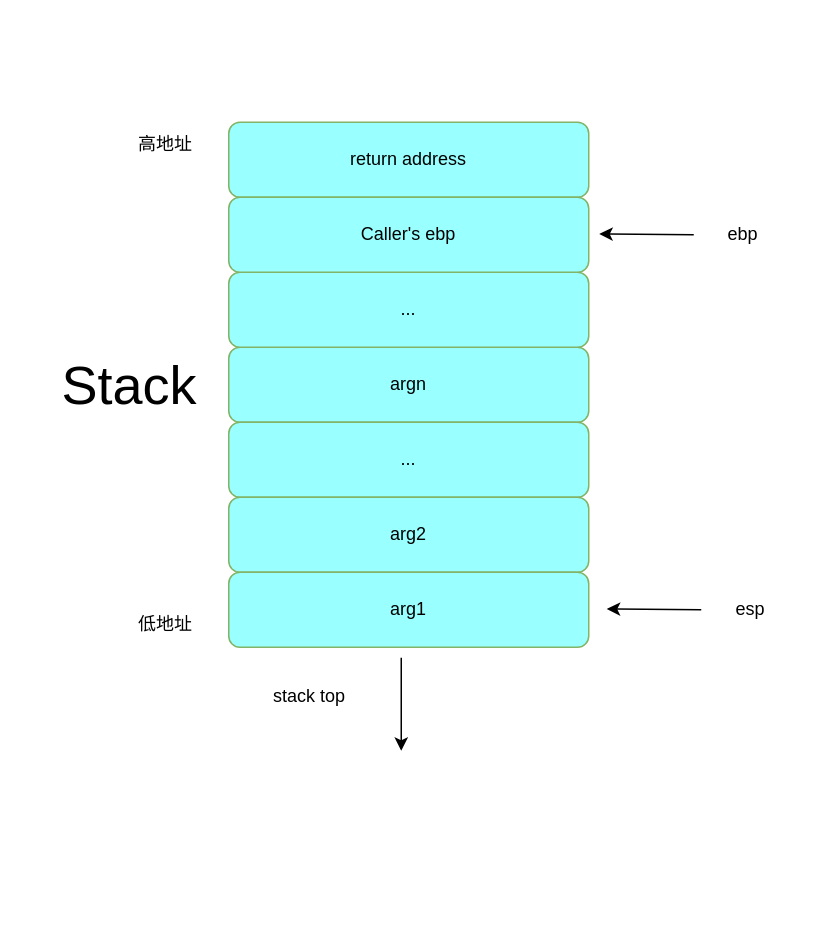
Before: 栈帧结构.drawio in harmor123/pwn-Stack, a draw.io diagram. Source tidied: cells renumbered, new cells numbered last; positions are measured from the earlier drawing's top-left corner, leaving out a move shared by most shapes. Both pictures are drawn from the tidied source at 150%, with x=0, y=0 at pixel (75, 122).
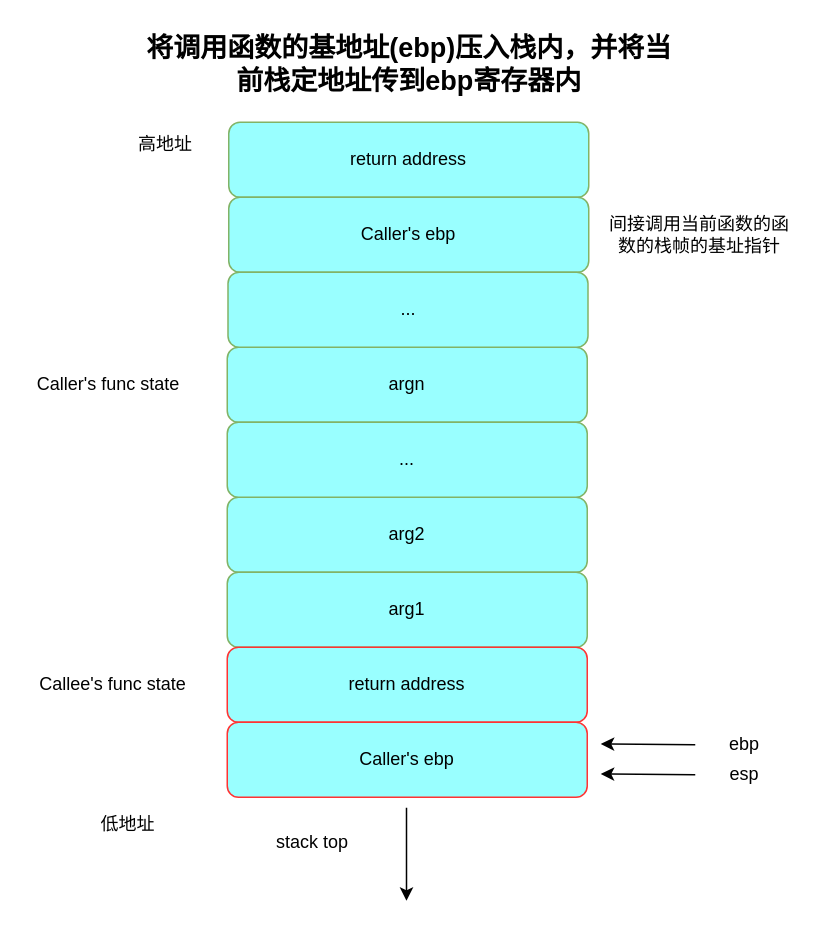
The same diagram, later.

Commit message:
更新栈帧结构.drawio

What changed in the source:
```diff
@@
-    <mxCell id="3" value="argn" style="rounded=1;whiteSpace=wrap;html=1;fillColor=#99FFFF;strokeColor=#82b366;" parent="1" vertex="1">
-      <mxGeometry x="102" y="150" width="240" height="50" as="geometry" />
+    <mxCell id="3" value="arg2" style="rounded=1;whiteSpace=wrap;html=1;fillColor=#99FFFF;strokeColor=#82b366;" parent="1" vertex="1">
+      <mxGeometry x="101" y="250" width="240" height="50" as="geometry" />
     </mxCell>
-    <mxCell id="4" value="..." style="rounded=1;whiteSpace=wrap;html=1;fillColor=#99FFFF;strokeColor=#82b366;" parent="1" vertex="1">
-      <mxGeometry x="102" y="100" width="240" height="50" as="geometry" />
+    <mxCell id="4" value="argn" style="rounded=1;whiteSpace=wrap;html=1;fillColor=#99FFFF;strokeColor=#82b366;" parent="1" vertex="1">
+      <mxGeometry x="101" y="150" width="240" height="50" as="geometry" />
     </mxCell>
@@
-    <mxCell id="6" value="..." style="rounded=1;whiteSpace=wrap;html=1;fillColor=#99FFFF;strokeColor=#82b366;" parent="1" vertex="1">
-      <mxGeometry x="102" y="200" width="240" height="50" as="geometry" />
+    <mxCell id="6" value="arg1" style="rounded=1;whiteSpace=wrap;html=1;fillColor=#99FFFF;strokeColor=#82b366;" parent="1" vertex="1">
+      <mxGeometry x="101" y="300" width="240" height="50" as="geometry" />
     </mxCell>
-    <mxCell id="7" value="arg2" style="rounded=1;whiteSpace=wrap;html=1;fillColor=#99FFFF;strokeColor=#82b366;" parent="1" vertex="1">
-      <mxGeometry x="102" y="250" width="240" height="50" as="geometry" />
+    <mxCell id="7" value="return address" style="rounded=1;whiteSpace=wrap;html=1;fillColor=#99FFFF;strokeColor=#FF3333;" parent="1" vertex="1">
+      <mxGeometry x="101" y="350" width="240" height="50" as="geometry" />
     </mxCell>
-    <mxCell id="8" value="arg1" style="rounded=1;whiteSpace=wrap;html=1;fillColor=#99FFFF;strokeColor=#82b366;" parent="1" vertex="1">
-      <mxGeometry x="102" y="300" width="240" height="50" as="geometry" />
+    <mxCell id="8" value="Caller's ebp" style="rounded=1;whiteSpace=wrap;html=1;fillColor=#99FFFF;strokeColor=#FF3333;shadow=0;" parent="1" vertex="1">
+      <mxGeometry x="101" y="400" width="240" height="50" as="geometry" />
     </mxCell>
@@
     <mxCell id="10" value="低地址" style="text;strokeColor=none;align=center;fillColor=none;html=1;verticalAlign=middle;whiteSpace=wrap;rounded=0;" parent="1" vertex="1">
-      <mxGeometry x="30" y="320" width="60" height="30" as="geometry" />
+      <mxGeometry x="5" y="453" width="60" height="30" as="geometry" />
     </mxCell>
-    <mxCell id="11" value="&lt;font style=&quot;font-size: 36px;&quot;&gt;Stack&lt;/font&gt;" style="text;strokeColor=none;align=center;fillColor=none;html=1;verticalAlign=middle;whiteSpace=wrap;rounded=0;" parent="1" vertex="1">
-      <mxGeometry y="142" width="72" height="66" as="geometry" />
-    </mxCell>
     <mxCell id="12" style="endArrow=classic;html=1;rounded=0;" parent="1" edge="1">
       <mxGeometry relative="1" as="geometry">
-        <mxPoint x="412" y="75" as="sourcePoint" />
-        <mxPoint x="349" y="74.5" as="targetPoint" />
+        <mxPoint x="413" y="415" as="sourcePoint" />
+        <mxPoint x="350" y="414.5" as="targetPoint" />
       </mxGeometry>
     </mxCell>
     <mxCell id="13" value="ebp" style="text;strokeColor=none;align=center;fillColor=none;html=1;verticalAlign=middle;whiteSpace=wrap;rounded=0;" parent="1" vertex="1">
-      <mxGeometry x="415" y="60" width="60" height="30" as="geometry" />
+      <mxGeometry x="416" y="400" width="60" height="30" as="geometry" />
     </mxCell>
     <mxCell id="14" style="endArrow=classic;html=1;rounded=0;" parent="1" edge="1">
       <mxGeometry relative="1" as="geometry">
-        <mxPoint x="417" y="325" as="sourcePoint" />
-        <mxPoint x="354" y="324.5" as="targetPoint" />
+        <mxPoint x="413" y="435" as="sourcePoint" />
+        <mxPoint x="350" y="434.5" as="targetPoint" />
       </mxGeometry>
     </mxCell>
     <mxCell id="15" value="esp" style="text;strokeColor=none;align=center;fillColor=none;html=1;verticalAlign=middle;whiteSpace=wrap;rounded=0;" parent="1" vertex="1">
-      <mxGeometry x="420" y="310" width="60" height="30" as="geometry" />
+      <mxGeometry x="416" y="420" width="60" height="30" as="geometry" />
     </mxCell>
     <mxCell id="16" value="stack top" style="text;strokeColor=none;align=center;fillColor=none;html=1;verticalAlign=middle;whiteSpace=wrap;rounded=0;" parent="1" vertex="1">
-      <mxGeometry x="126" y="368" width="60" height="30" as="geometry" />
+      <mxGeometry x="128" y="465" width="60" height="30" as="geometry" />
     </mxCell>
     <mxCell id="17" style="endArrow=classic;html=1;rounded=0;" parent="1" edge="1">
       <mxGeometry relative="1" as="geometry">
-        <mxPoint x="217" y="357" as="sourcePoint" />
-        <mxPoint x="217" y="419" as="targetPoint" />
+        <mxPoint x="220.5" y="457" as="sourcePoint" />
+        <mxPoint x="220.5" y="519" as="targetPoint" />
       </mxGeometry>
     </mxCell>
+    <mxCell id="18" value="&lt;span style=&quot;font-size: 18px;&quot;&gt;&lt;b&gt;将调用函数的基地址(ebp)压入栈内，并将当前栈定地址传到ebp寄存器内&lt;/b&gt;&lt;/span&gt;" style="text;strokeColor=none;align=center;fillColor=none;html=1;verticalAlign=middle;whiteSpace=wrap;rounded=0;" parent="1" vertex="1">
+      <mxGeometry x="39.5" y="-64" width="365" height="51" as="geometry" />
+    </mxCell>
+    <mxCell id="19" value="..." style="rounded=1;whiteSpace=wrap;html=1;fillColor=#99FFFF;strokeColor=#82b366;" parent="1" vertex="1">
+      <mxGeometry x="101" y="200" width="240" height="50" as="geometry" />
+    </mxCell>
+    <mxCell id="20" value="Callee's func state" style="text;strokeColor=none;align=center;fillColor=none;html=1;verticalAlign=middle;whiteSpace=wrap;rounded=0;" parent="1" vertex="1">
+      <mxGeometry x="-30" y="360" width="110" height="30" as="geometry" />
+    </mxCell>
+    <mxCell id="21" value="Caller's func state" style="text;strokeColor=none;align=center;fillColor=none;html=1;verticalAlign=middle;whiteSpace=wrap;rounded=0;" parent="1" vertex="1">
+      <mxGeometry x="-33" y="160" width="110" height="30" as="geometry" />
+    </mxCell>
+    <mxCell id="22" value="..." style="rounded=1;whiteSpace=wrap;html=1;fillColor=#99FFFF;strokeColor=#82b366;" parent="1" vertex="1">
+      <mxGeometry x="101.5" y="100" width="240" height="50" as="geometry" />
+    </mxCell>
+    <mxCell id="23" value="间接调用当前函数的函数的栈帧的基址指针" style="text;strokeColor=none;align=center;fillColor=none;html=1;verticalAlign=middle;whiteSpace=wrap;rounded=0;" parent="1" vertex="1">
+      <mxGeometry x="353" y="46.5" width="126" height="57" as="geometry" />
+    </mxCell>
```
